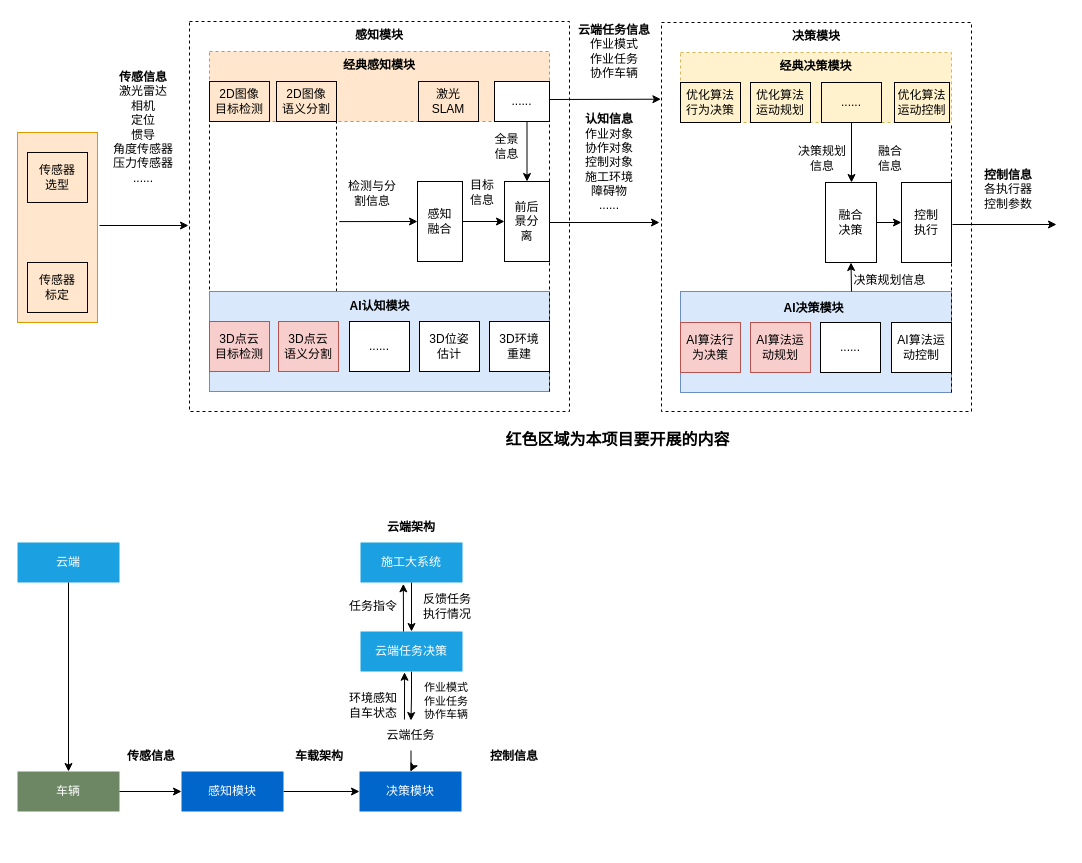
This is 立项材料两图-0519.drawio from Yatttin/xcmg, a draw.io file, before an edit. Source tidied: cells renumbered, new cells numbered last; positions are measured from the earlier drawing's top-left corner, leaving out a move shared by most shapes. Both pictures are drawn from the tidied source at 100%, with x=0, y=0 at pixel (17, 21). Pictures stored in the file or linked from it are replaced by grey dashed boxes.
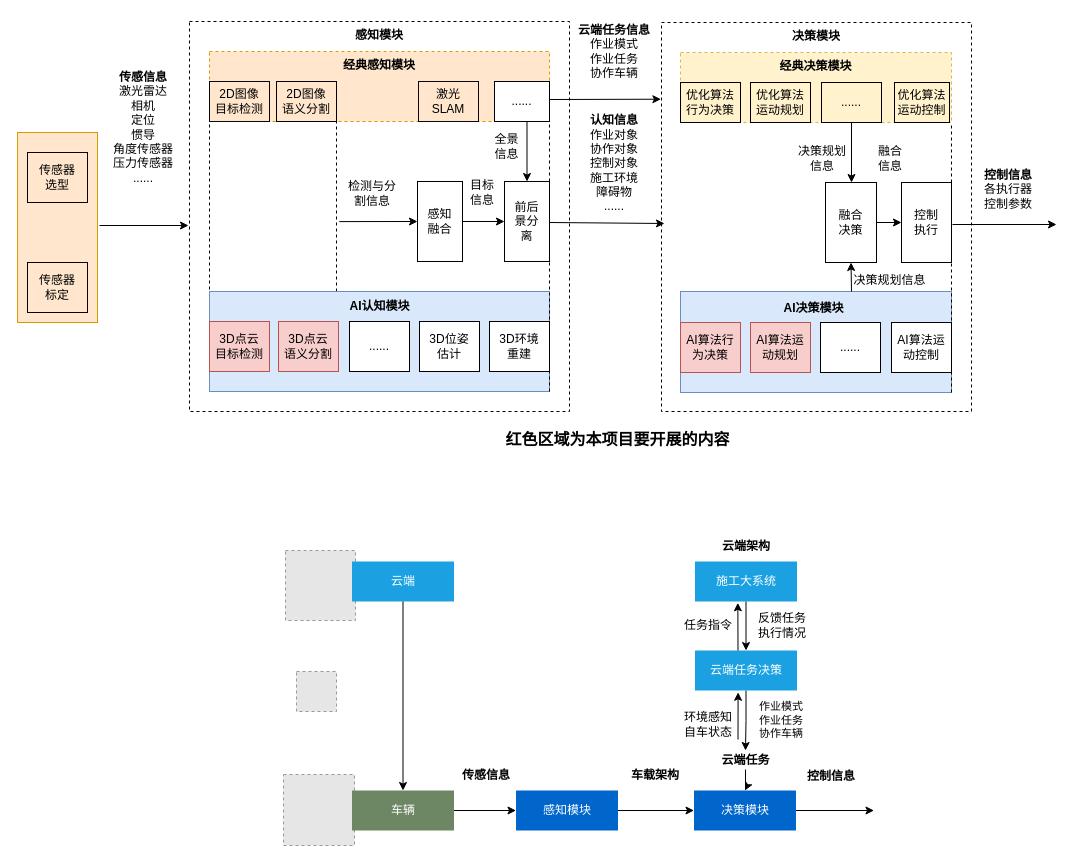
Above is the later version.

Commit message:
更新立项材料两图-0519.drawio

What changed in the source:
```diff
@@
+    <mxCell id="81" style="fillColor=#E6E6E6;strokeColor=#999999;dashed=1;verticalLabelPosition=bottom;labelBackgroundColor=default;verticalAlign=top;" parent="1" vertex="1">
+      <mxGeometry x="268" y="529" width="70" height="70" as="geometry" />
+    </mxCell>
+    <mxCell id="82" style="fillColor=#E6E6E6;strokeColor=#999999;dashed=1;verticalLabelPosition=bottom;labelBackgroundColor=default;verticalAlign=top;" parent="1" vertex="1">
+      <mxGeometry x="266" y="753" width="71" height="71" as="geometry" />
+    </mxCell>
     <mxCell id="2" value="&lt;b&gt;认知信息&lt;/b&gt;&lt;div&gt;作业对象&lt;/div&gt;&lt;div&gt;协作对象&lt;/div&gt;&lt;div&gt;控制对象&lt;/div&gt;&lt;div&gt;施工环境&lt;/div&gt;&lt;div&gt;障碍物&lt;/div&gt;&lt;div&gt;......&lt;/div&gt;" style="text;html=1;align=center;verticalAlign=middle;whiteSpace=wrap;rounded=0;" parent="1" vertex="1">
-      <mxGeometry x="542" y="81" width="100" height="120" as="geometry" />
+      <mxGeometry x="547" y="82" width="100" height="120" as="geometry" />
     </mxCell>
@@
     <mxCell id="58" value="云端" style="text;html=1;align=center;verticalAlign=middle;whiteSpace=wrap;rounded=0;fillColor=#1ba1e2;strokeColor=none;fontColor=#ffffff;" parent="1" vertex="1">
-      <mxGeometry y="521" width="102" height="40" as="geometry" />
+      <mxGeometry x="334.5" y="540" width="102" height="40" as="geometry" />
     </mxCell>
     <mxCell id="59" value="车辆" style="text;html=1;align=center;verticalAlign=middle;whiteSpace=wrap;rounded=0;fillColor=#6d8764;strokeColor=none;fillStyle=auto;fontColor=#ffffff;" parent="1" vertex="1">
-      <mxGeometry y="750" width="102" height="40" as="geometry" />
+      <mxGeometry x="334.5" y="769" width="102" height="40" as="geometry" />
     </mxCell>
@@
     <mxCell id="61" value="感知模块" style="text;html=1;align=center;verticalAlign=middle;whiteSpace=wrap;rounded=0;fillColor=#0066CC;strokeColor=none;fontColor=#ffffff;" parent="1" vertex="1">
-      <mxGeometry x="164" y="750" width="102" height="40" as="geometry" />
+      <mxGeometry x="498.5" y="769" width="102" height="40" as="geometry" />
     </mxCell>
     <mxCell id="62" value="决策模块" style="text;html=1;align=center;verticalAlign=middle;whiteSpace=wrap;rounded=0;fillColor=#0066CC;strokeColor=none;fontColor=#ffffff;" parent="1" vertex="1">
-      <mxGeometry x="342" y="750" width="102" height="40" as="geometry" />
+      <mxGeometry x="676.5" y="769" width="102" height="40" as="geometry" />
     </mxCell>
@@
     <mxCell id="64" value="云端任务决策" style="text;html=1;align=center;verticalAlign=middle;whiteSpace=wrap;rounded=0;fillColor=#1ba1e2;strokeColor=none;fontColor=#ffffff;" parent="1" vertex="1">
-      <mxGeometry x="343" y="610" width="102" height="40" as="geometry" />
+      <mxGeometry x="677.5" y="629" width="102" height="40" as="geometry" />
     </mxCell>
     <mxCell id="65" value="施工大系统" style="text;html=1;align=center;verticalAlign=middle;whiteSpace=wrap;rounded=0;fillColor=#1ba1e2;strokeColor=none;fontColor=#ffffff;" parent="1" vertex="1">
-      <mxGeometry x="343" y="521" width="102" height="40" as="geometry" />
+      <mxGeometry x="677.5" y="540" width="102" height="40" as="geometry" />
     </mxCell>
@@
-    <mxCell id="69" value="云端任务" style="text;html=1;align=center;verticalAlign=middle;whiteSpace=wrap;rounded=0;" parent="1" vertex="1">
-      <mxGeometry x="344" y="699" width="99" height="30" as="geometry" />
+    <mxCell id="69" value="云端任务" style="text;html=1;align=center;verticalAlign=middle;whiteSpace=wrap;rounded=0;fontStyle=1;" parent="1" vertex="1">
+      <mxGeometry x="678.5" y="729" width="99" height="19" as="geometry" />
     </mxCell>
@@
     <mxCell id="71" style="endArrow=classic;html=1;rounded=0;exitX=0;exitY=0;exitDx=0;exitDy=0;entryX=0.42;entryY=1.033;entryDx=0;entryDy=0;entryPerimeter=0;" parent="1" edge="1" target="65">
       <mxGeometry relative="1" as="geometry">
-        <mxPoint x="386" y="610" as="sourcePoint" />
+        <mxPoint x="720.5" y="629" as="sourcePoint" />
       </mxGeometry>
     </mxCell>
-    <mxCell id="72" style="endArrow=classic;html=1;rounded=0;entryX=0.432;entryY=1.019;entryDx=0;entryDy=0;exitX=0.434;exitY=-0.032;exitDx=0;exitDy=0;exitPerimeter=0;entryPerimeter=0;" parent="1" edge="1" source="69" target="64">
-      <mxGeometry relative="1" as="geometry" />
+    <mxCell id="72" style="endArrow=classic;html=1;rounded=0;entryX=0.432;entryY=1.019;entryDx=0;entryDy=0;exitX=0.434;exitY=-0.032;exitDx=0;exitDy=0;exitPerimeter=0;entryPerimeter=0;" parent="1" edge="1">
+      <mxGeometry relative="1" as="geometry">
+        <mxPoint x="720.5" y="718" as="sourcePoint" />
+        <mxPoint x="720.6" y="670.8" as="targetPoint" />
+      </mxGeometry>
     </mxCell>
     <mxCell id="73" value="&lt;b&gt;传感信息&lt;/b&gt;" style="text;html=1;align=center;verticalAlign=middle;whiteSpace=wrap;rounded=0;" parent="1" vertex="1">
-      <mxGeometry x="104" y="720" width="60" height="30" as="geometry" />
+      <mxGeometry x="438.5" y="739" width="60" height="30" as="geometry" />
     </mxCell>
     <mxCell id="74" value="&lt;b&gt;车载架构&lt;/b&gt;" style="text;html=1;align=center;verticalAlign=middle;whiteSpace=wrap;rounded=0;" parent="1" vertex="1">
-      <mxGeometry x="272" y="720" width="60" height="30" as="geometry" />
+      <mxGeometry x="607.5" y="739" width="60" height="30" as="geometry" />
     </mxCell>
     <mxCell id="75" value="&lt;b&gt;控制信息&lt;/b&gt;" style="text;html=1;align=center;verticalAlign=middle;whiteSpace=wrap;rounded=0;" parent="1" vertex="1">
-      <mxGeometry x="467" y="720" width="60" height="30" as="geometry" />
+      <mxGeometry x="783.5" y="740" width="60" height="30" as="geometry" />
     </mxCell>
     <mxCell id="76" value="环境感知&lt;div&gt;自车状态&lt;/div&gt;" style="text;html=1;align=center;verticalAlign=middle;whiteSpace=wrap;rounded=0;" parent="1" vertex="1">
-      <mxGeometry x="326" y="669" width="60" height="30" as="geometry" />
+      <mxGeometry x="660.5" y="688" width="60" height="30" as="geometry" />
     </mxCell>
     <mxCell id="77" value="&lt;font style=&quot;font-size: 11px;&quot;&gt;作业模式&lt;/font&gt;&lt;div style=&quot;font-size: 11px;&quot;&gt;&lt;font style=&quot;font-size: 11px;&quot;&gt;作业任务&lt;/font&gt;&lt;/div&gt;&lt;div style=&quot;font-size: 11px;&quot;&gt;&lt;font style=&quot;font-size: 11px;&quot;&gt;协作车辆&lt;/font&gt;&lt;/div&gt;" style="text;html=1;align=center;verticalAlign=middle;whiteSpace=wrap;rounded=0;" parent="1" vertex="1">
-      <mxGeometry x="399" y="664" width="60" height="30" as="geometry" />
+      <mxGeometry x="733.5" y="683" width="60" height="30" as="geometry" />
     </mxCell>
     <mxCell id="78" value="任务指令" style="text;html=1;align=center;verticalAlign=middle;whiteSpace=wrap;rounded=0;" parent="1" vertex="1">
-      <mxGeometry x="326" y="570" width="60" height="30" as="geometry" />
+      <mxGeometry x="660.5" y="589" width="60" height="30" as="geometry" />
     </mxCell>
     <mxCell id="79" value="反馈任务&lt;div&gt;执行情况&lt;/div&gt;" style="text;html=1;align=center;verticalAlign=middle;whiteSpace=wrap;rounded=0;" parent="1" vertex="1">
-      <mxGeometry x="400" y="570" width="60" height="30" as="geometry" />
+      <mxGeometry x="734.5" y="589" width="60" height="30" as="geometry" />
     </mxCell>
     <mxCell id="80" value="&lt;b&gt;云端架构&lt;/b&gt;" style="text;html=1;align=center;verticalAlign=middle;whiteSpace=wrap;rounded=0;" parent="1" vertex="1">
-      <mxGeometry x="364" y="491" width="60" height="30" as="geometry" />
+      <mxGeometry x="698.5" y="510" width="60" height="30" as="geometry" />
     </mxCell>
+    <mxCell id="83" style="endArrow=classic;html=1;rounded=0;exitX=1;exitY=0.5;exitDx=0;exitDy=0;" parent="1" edge="1" source="62">
+      <mxGeometry relative="1" as="geometry">
+        <mxPoint x="856.5" y="789" as="targetPoint" />
+      </mxGeometry>
+    </mxCell>
+    <mxCell id="84" style="fillColor=#E6E6E6;strokeColor=#999999;dashed=1;verticalLabelPosition=bottom;labelBackgroundColor=default;verticalAlign=top;" parent="1" vertex="1">
+      <mxGeometry x="279" y="650" width="40" height="40" as="geometry" />
+    </mxCell>
```
